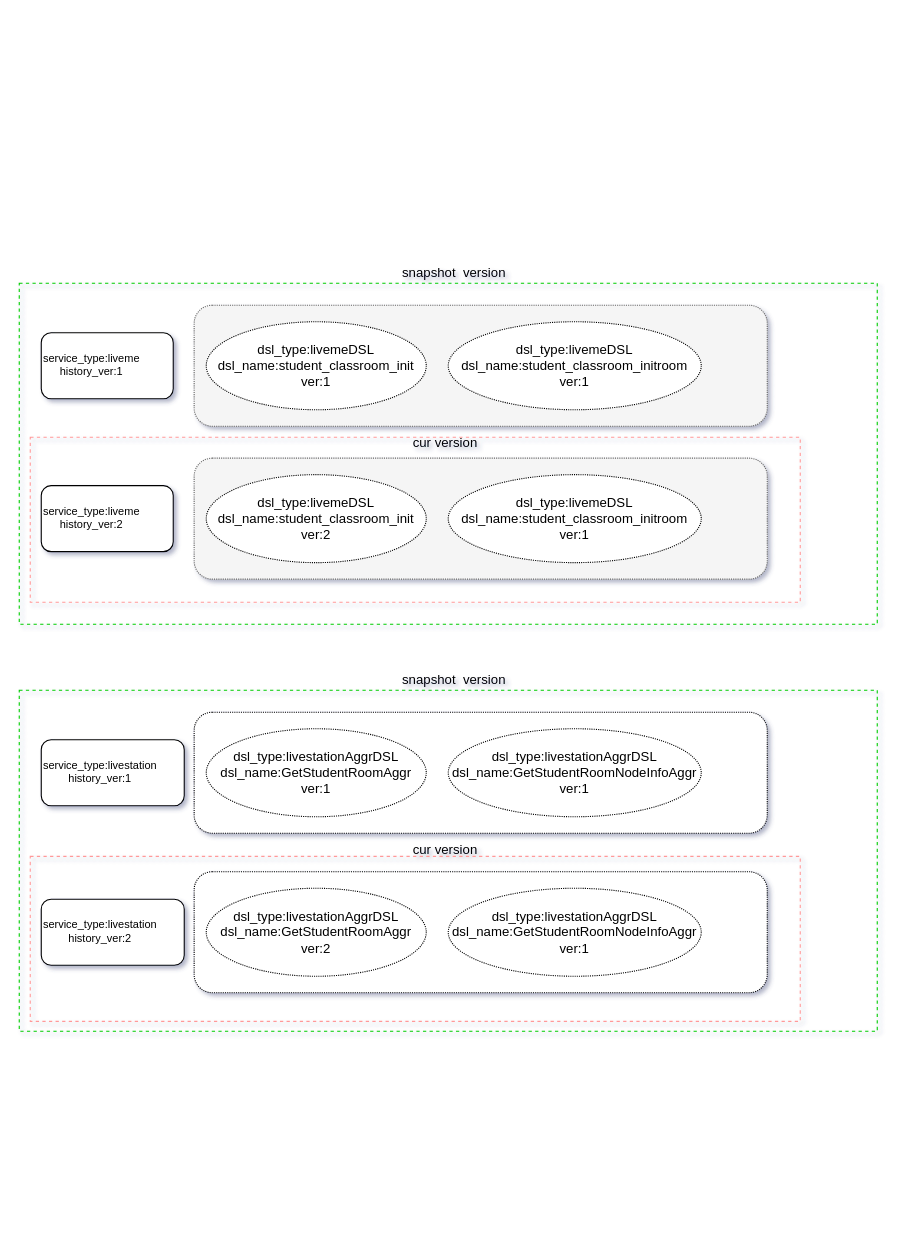
This is Untitled Diagram.drawio from weedge/mypic, a draw.io file, before an edit. Source tidied: cells renumbered, new cells numbered last; positions are measured from the earlier drawing's top-left corner, leaving out a move shared by most shapes. Both pictures are drawn from the tidied source at 110%, with x=0, y=0 at pixel (19, 263).
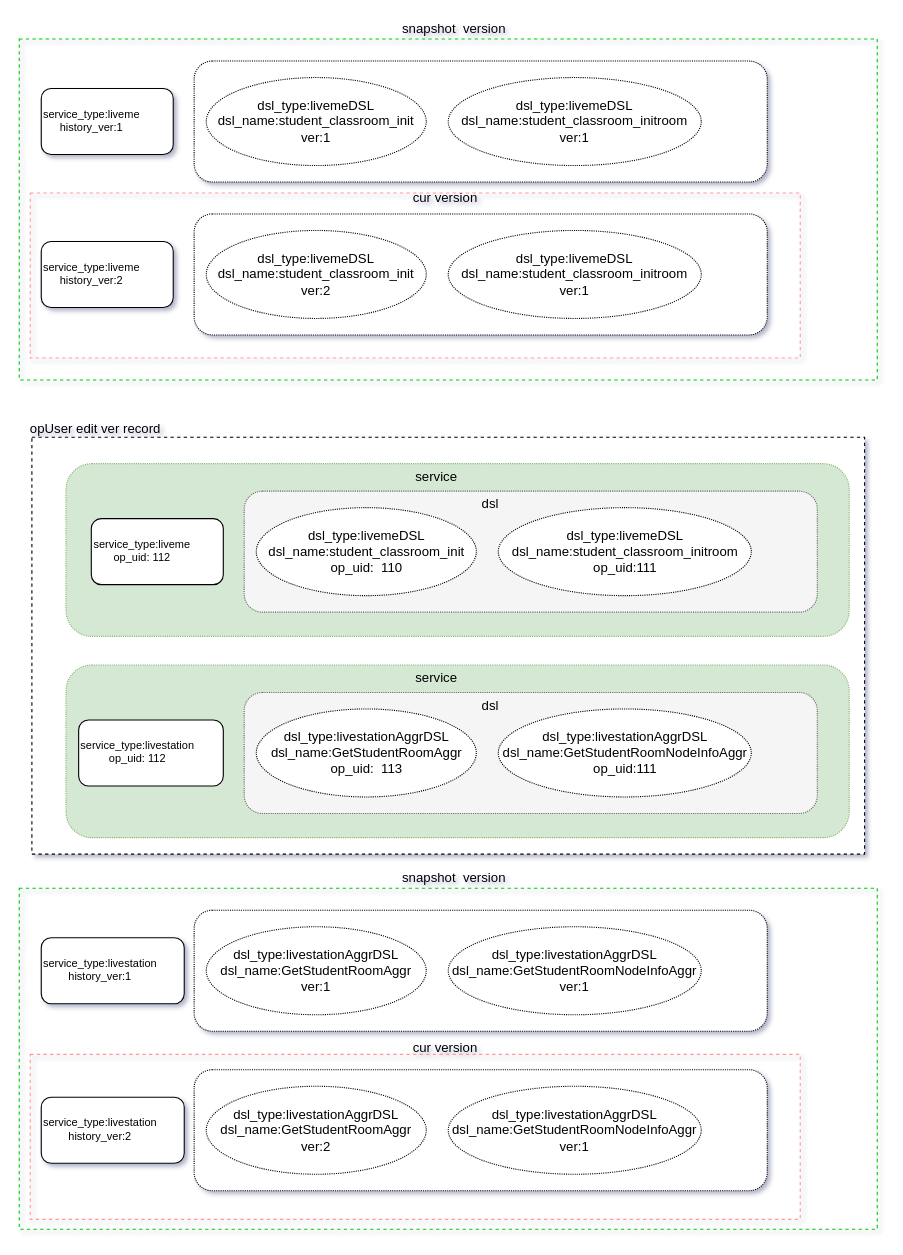
After the change.

Change to the diagram source:
```diff
@@
+    <mxCell id="26" style="rounded=0;whiteSpace=wrap;html=1;shadow=0;dashed=1;labelBackgroundColor=none;" parent="1" vertex="1">
+      <mxGeometry x="11.5" y="158" width="757" height="379" as="geometry" />
+    </mxCell>
+    <mxCell id="27" style="rounded=1;whiteSpace=wrap;html=1;dashed=1;dashPattern=1 1;labelBackgroundColor=none;shadow=0;backgroundOutline=1;fillColor=#d5e8d4;strokeColor=#82b366;" parent="1" vertex="1">
+      <mxGeometry x="42.5" y="182" width="712" height="157" as="geometry" />
+    </mxCell>
     <mxCell id="2" style="rounded=0;whiteSpace=wrap;html=1;shadow=0;labelBackgroundColor=none;backgroundOutline=1;gradientColor=#ffffff;fillColor=none;dashed=1;strokeColor=#00CC00;strokeWidth=1;" parent="1" vertex="1">
-      <mxGeometry y="388" width="780" height="310" as="geometry" />
+      <mxGeometry y="568" width="780" height="310" as="geometry" />
     </mxCell>
     <mxCell id="3" style="rounded=0;whiteSpace=wrap;html=1;shadow=0;dashed=1;labelBackgroundColor=none;fillColor=none;gradientColor=#ffffff;strokeColor=#FF9999;" parent="1" vertex="1">
-      <mxGeometry x="10" y="539" width="700" height="150" as="geometry" />
+      <mxGeometry x="10" y="719" width="700" height="150" as="geometry" />
     </mxCell>
     <mxCell id="4" value="snapshot&amp;nbsp; version" style="text;html=1;align=center;verticalAlign=middle;" parent="1" vertex="1">
-      <mxGeometry x="343" y="370" width="104" height="18" as="geometry" />
+      <mxGeometry x="343" y="550" width="104" height="18" as="geometry" />
     </mxCell>
     <mxCell id="5" style="rounded=0;whiteSpace=wrap;html=1;shadow=0;labelBackgroundColor=none;backgroundOutline=1;gradientColor=#ffffff;fillColor=none;dashed=1;strokeColor=#00CC00;strokeWidth=1;" parent="1" vertex="1">
-      <mxGeometry y="18" width="780" height="310" as="geometry" />
+      <mxGeometry y="-204" width="780" height="310" as="geometry" />
     </mxCell>
     <mxCell id="6" style="rounded=0;whiteSpace=wrap;html=1;shadow=0;dashed=1;labelBackgroundColor=none;fillColor=none;gradientColor=#ffffff;strokeColor=#FF9999;" parent="1" vertex="1">
-      <mxGeometry x="10" y="158" width="700" height="150" as="geometry" />
+      <mxGeometry x="10" y="-64" width="700" height="150" as="geometry" />
     </mxCell>
-    <mxCell id="7" style="rounded=1;whiteSpace=wrap;html=1;dashed=1;dashPattern=1 1;labelBackgroundColor=none;shadow=0;backgroundOutline=1;fillColor=#f5f5f5;strokeColor=#666666;fontColor=#333333;" parent="1" vertex="1">
-      <mxGeometry x="159" y="38" width="521" height="110" as="geometry" />
+    <mxCell id="7" style="rounded=1;whiteSpace=wrap;html=1;dashed=1;dashPattern=1 1;labelBackgroundColor=none;shadow=0;backgroundOutline=1;" parent="1" vertex="1">
+      <mxGeometry x="159" y="-184" width="521" height="110" as="geometry" />
     </mxCell>
     <mxCell id="8" value="dsl_type:livemeDSL&lt;br&gt;dsl_name:student_classroom_init&lt;br&gt;ver:1" style="ellipse;whiteSpace=wrap;html=1;shadow=0;dashed=1;dashPattern=1 1;labelBackgroundColor=none;align=center;" parent="1" vertex="1">
-      <mxGeometry x="170" y="53" width="200" height="80" as="geometry" />
+      <mxGeometry x="170" y="-169" width="200" height="80" as="geometry" />
     </mxCell>
     <mxCell id="9" value="&lt;p style=&quot;line-height: 100% ; font-size: 10px&quot;&gt;&lt;/p&gt;&lt;div style=&quot;text-align: center ; font-size: 10px&quot;&gt;&lt;span style=&quot;font-size: 10px&quot;&gt;service_type:liveme&lt;/span&gt;&lt;/div&gt;&lt;div style=&quot;text-align: center ; font-size: 10px&quot;&gt;&lt;span style=&quot;font-size: 10px&quot;&gt;history_ver:1&lt;/span&gt;&lt;/div&gt;&lt;p&gt;&lt;/p&gt;" style="rounded=1;whiteSpace=wrap;html=1;shadow=0;labelBackgroundColor=none;align=left;" parent="1" vertex="1">
-      <mxGeometry x="20" y="63" width="120" height="60" as="geometry" />
+      <mxGeometry x="20" y="-159" width="120" height="60" as="geometry" />
     </mxCell>
     <mxCell id="10" value="dsl_type:livemeDSL&lt;br&gt;dsl_name:student_classroom_initroom&lt;br&gt;ver:1" style="ellipse;whiteSpace=wrap;html=1;shadow=0;dashed=1;dashPattern=1 1;labelBackgroundColor=none;align=center;" parent="1" vertex="1">
-      <mxGeometry x="390" y="53" width="230" height="80" as="geometry" />
+      <mxGeometry x="390" y="-169" width="230" height="80" as="geometry" />
     </mxCell>
-    <mxCell id="11" style="rounded=1;whiteSpace=wrap;html=1;dashed=1;dashPattern=1 1;labelBackgroundColor=none;shadow=0;backgroundOutline=1;fillColor=#f5f5f5;strokeColor=#666666;fontColor=#333333;" parent="1" vertex="1">
-      <mxGeometry x="159" y="177" width="521" height="110" as="geometry" />
+    <mxCell id="11" style="rounded=1;whiteSpace=wrap;html=1;dashed=1;dashPattern=1 1;labelBackgroundColor=none;shadow=0;backgroundOutline=1;" parent="1" vertex="1">
+      <mxGeometry x="159" y="-45" width="521" height="110" as="geometry" />
     </mxCell>
     <mxCell id="12" value="dsl_type:livemeDSL&lt;br&gt;dsl_name:student_classroom_init&lt;br&gt;ver:2" style="ellipse;whiteSpace=wrap;html=1;shadow=0;dashed=1;dashPattern=1 1;labelBackgroundColor=none;align=center;" parent="1" vertex="1">
-      <mxGeometry x="170" y="192" width="200" height="80" as="geometry" />
+      <mxGeometry x="170" y="-30" width="200" height="80" as="geometry" />
     </mxCell>
     <mxCell id="13" value="&lt;p style=&quot;line-height: 100% ; font-size: 10px&quot;&gt;&lt;/p&gt;&lt;div style=&quot;text-align: center ; font-size: 10px&quot;&gt;&lt;span style=&quot;font-size: 10px&quot;&gt;service_type:liveme&lt;/span&gt;&lt;/div&gt;&lt;div style=&quot;text-align: center ; font-size: 10px&quot;&gt;&lt;span style=&quot;font-size: 10px&quot;&gt;history_ver:2&lt;/span&gt;&lt;/div&gt;&lt;p&gt;&lt;/p&gt;" style="rounded=1;whiteSpace=wrap;html=1;shadow=0;labelBackgroundColor=none;align=left;" parent="1" vertex="1">
-      <mxGeometry x="20" y="202" width="120" height="60" as="geometry" />
+      <mxGeometry x="20" y="-20" width="120" height="60" as="geometry" />
     </mxCell>
     <mxCell id="14" value="dsl_type:livemeDSL&lt;br&gt;dsl_name:student_classroom_initroom&lt;br&gt;ver:1" style="ellipse;whiteSpace=wrap;html=1;shadow=0;dashed=1;dashPattern=1 1;labelBackgroundColor=none;align=center;" parent="1" vertex="1">
-      <mxGeometry x="390" y="192" width="230" height="80" as="geometry" />
+      <mxGeometry x="390" y="-30" width="230" height="80" as="geometry" />
     </mxCell>
     <mxCell id="15" style="rounded=1;whiteSpace=wrap;html=1;dashed=1;dashPattern=1 1;labelBackgroundColor=none;shadow=0;backgroundOutline=1;" parent="1" vertex="1">
-      <mxGeometry x="159" y="408" width="521" height="110" as="geometry" />
+      <mxGeometry x="159" y="588" width="521" height="110" as="geometry" />
     </mxCell>
     <mxCell id="16" value="dsl_type:livestationAggrDSL&lt;br&gt;dsl_name:GetStudentRoomAggr&lt;br&gt;ver:1" style="ellipse;whiteSpace=wrap;html=1;shadow=0;dashed=1;dashPattern=1 1;labelBackgroundColor=none;align=center;" parent="1" vertex="1">
-      <mxGeometry x="170" y="423" width="200" height="80" as="geometry" />
+      <mxGeometry x="170" y="603" width="200" height="80" as="geometry" />
     </mxCell>
     <mxCell id="17" value="&lt;p style=&quot;line-height: 100% ; font-size: 10px&quot;&gt;&lt;/p&gt;&lt;div style=&quot;text-align: center ; font-size: 10px&quot;&gt;&lt;span style=&quot;font-size: 10px&quot;&gt;service_type:livestation&lt;/span&gt;&lt;/div&gt;&lt;div style=&quot;text-align: center ; font-size: 10px&quot;&gt;&lt;span style=&quot;font-size: 10px&quot;&gt;history_ver:1&lt;/span&gt;&lt;/div&gt;&lt;p&gt;&lt;/p&gt;" style="rounded=1;whiteSpace=wrap;html=1;shadow=0;labelBackgroundColor=none;align=left;" parent="1" vertex="1">
-      <mxGeometry x="20" y="433" width="130" height="60" as="geometry" />
+      <mxGeometry x="20" y="613" width="130" height="60" as="geometry" />
     </mxCell>
     <mxCell id="18" value="dsl_type:livestationAggrDSL&lt;br&gt;dsl_name:GetStudentRoomNodeInfoAggr&lt;br&gt;ver:1" style="ellipse;whiteSpace=wrap;html=1;shadow=0;dashed=1;dashPattern=1 1;labelBackgroundColor=none;align=center;" parent="1" vertex="1">
-      <mxGeometry x="390" y="423" width="230" height="80" as="geometry" />
+      <mxGeometry x="390" y="603" width="230" height="80" as="geometry" />
     </mxCell>
     <mxCell id="19" style="rounded=1;whiteSpace=wrap;html=1;dashed=1;dashPattern=1 1;labelBackgroundColor=none;shadow=0;backgroundOutline=1;" parent="1" vertex="1">
-      <mxGeometry x="159" y="553" width="521" height="110" as="geometry" />
+      <mxGeometry x="159" y="733" width="521" height="110" as="geometry" />
     </mxCell>
     <mxCell id="20" value="dsl_type:livestationAggrDSL&lt;br&gt;dsl_name:GetStudentRoomAggr&lt;br&gt;ver:2" style="ellipse;whiteSpace=wrap;html=1;shadow=0;dashed=1;dashPattern=1 1;labelBackgroundColor=none;align=center;" parent="1" vertex="1">
-      <mxGeometry x="170" y="568" width="200" height="80" as="geometry" />
+      <mxGeometry x="170" y="748" width="200" height="80" as="geometry" />
     </mxCell>
     <mxCell id="21" value="&lt;p style=&quot;line-height: 100% ; font-size: 10px&quot;&gt;&lt;/p&gt;&lt;div style=&quot;text-align: center ; font-size: 10px&quot;&gt;&lt;span style=&quot;font-size: 10px&quot;&gt;service_type:livestation&lt;/span&gt;&lt;/div&gt;&lt;div style=&quot;text-align: center ; font-size: 10px&quot;&gt;&lt;span style=&quot;font-size: 10px&quot;&gt;history_ver:2&lt;/span&gt;&lt;/div&gt;&lt;p&gt;&lt;/p&gt;" style="rounded=1;whiteSpace=wrap;html=1;shadow=0;labelBackgroundColor=none;align=left;" parent="1" vertex="1">
-      <mxGeometry x="20" y="578" width="130" height="60" as="geometry" />
+      <mxGeometry x="20" y="758" width="130" height="60" as="geometry" />
     </mxCell>
     <mxCell id="22" value="dsl_type:livestationAggrDSL&lt;br&gt;dsl_name:GetStudentRoomNodeInfoAggr&lt;br&gt;ver:1" style="ellipse;whiteSpace=wrap;html=1;shadow=0;dashed=1;dashPattern=1 1;labelBackgroundColor=none;align=center;" parent="1" vertex="1">
-      <mxGeometry x="390" y="568" width="230" height="80" as="geometry" />
+      <mxGeometry x="390" y="748" width="230" height="80" as="geometry" />
     </mxCell>
     <mxCell id="23" value="snapshot&amp;nbsp; version" style="text;html=1;align=center;verticalAlign=middle;" parent="1" vertex="1">
-      <mxGeometry x="343" width="104" height="18" as="geometry" />
+      <mxGeometry x="343" y="-222" width="104" height="18" as="geometry" />
     </mxCell>
     <mxCell id="24" value="cur version" style="text;html=1;align=center;verticalAlign=middle;" parent="1" vertex="1">
-      <mxGeometry x="352" y="154" width="69" height="18" as="geometry" />
+      <mxGeometry x="352" y="-68" width="69" height="18" as="geometry" />
     </mxCell>
     <mxCell id="25" value="cur version" style="text;html=1;align=center;verticalAlign=middle;" parent="1" vertex="1">
-      <mxGeometry x="352" y="524" width="69" height="18" as="geometry" />
+      <mxGeometry x="352" y="704" width="69" height="18" as="geometry" />
     </mxCell>
+    <mxCell id="28" style="rounded=1;whiteSpace=wrap;html=1;dashed=1;dashPattern=1 1;labelBackgroundColor=none;shadow=0;backgroundOutline=1;fillColor=#f5f5f5;strokeColor=#666666;fontColor=#333333;" parent="1" vertex="1">
+      <mxGeometry x="204.5" y="207" width="521" height="110" as="geometry" />
+    </mxCell>
+    <mxCell id="29" value="dsl_type:livemeDSL&lt;br&gt;dsl_name:student_classroom_init&lt;br&gt;op_uid:&amp;nbsp; 110" style="ellipse;whiteSpace=wrap;html=1;shadow=0;dashed=1;dashPattern=1 1;labelBackgroundColor=none;align=center;" parent="1" vertex="1">
+      <mxGeometry x="215.5" y="222" width="200" height="80" as="geometry" />
+    </mxCell>
+    <mxCell id="30" value="&lt;p style=&quot;line-height: 100% ; font-size: 10px&quot;&gt;&lt;/p&gt;&lt;div style=&quot;text-align: center ; font-size: 10px&quot;&gt;&lt;span style=&quot;font-size: 10px&quot;&gt;service_type:liveme&lt;/span&gt;&lt;/div&gt;&lt;div style=&quot;text-align: center ; font-size: 10px&quot;&gt;op_uid: 112&lt;/div&gt;&lt;p&gt;&lt;/p&gt;" style="rounded=1;whiteSpace=wrap;html=1;shadow=0;labelBackgroundColor=none;align=left;" parent="1" vertex="1">
+      <mxGeometry x="65.5" y="232" width="120" height="60" as="geometry" />
+    </mxCell>
+    <mxCell id="31" value="dsl_type:livemeDSL&lt;br&gt;dsl_name:student_classroom_initroom&lt;br&gt;op_uid:111" style="ellipse;whiteSpace=wrap;html=1;shadow=0;dashed=1;dashPattern=1 1;labelBackgroundColor=none;align=center;" parent="1" vertex="1">
+      <mxGeometry x="435.5" y="222" width="230" height="80" as="geometry" />
+    </mxCell>
+    <mxCell id="32" value="opUser edit ver record" style="text;html=1;align=center;verticalAlign=middle;" parent="1" vertex="1">
+      <mxGeometry x="4.5" y="142" width="129" height="18" as="geometry" />
+    </mxCell>
+    <mxCell id="33" value="dsl" style="text;html=1;align=center;verticalAlign=middle;" parent="1" vertex="1">
+      <mxGeometry x="415.5" y="210" width="25" height="18" as="geometry" />
+    </mxCell>
+    <mxCell id="34" value="service" style="text;html=1;align=center;verticalAlign=middle;" parent="1" vertex="1">
+      <mxGeometry x="354.5" y="185" width="48" height="18" as="geometry" />
+    </mxCell>
+    <mxCell id="35" style="rounded=1;whiteSpace=wrap;html=1;dashed=1;dashPattern=1 1;labelBackgroundColor=none;shadow=0;backgroundOutline=1;fillColor=#d5e8d4;strokeColor=#82b366;" parent="1" vertex="1">
+      <mxGeometry x="42.5" y="365" width="712" height="157" as="geometry" />
+    </mxCell>
+    <mxCell id="36" style="rounded=1;whiteSpace=wrap;html=1;dashed=1;dashPattern=1 1;labelBackgroundColor=none;shadow=0;backgroundOutline=1;fillColor=#f5f5f5;strokeColor=#666666;fontColor=#333333;" parent="1" vertex="1">
+      <mxGeometry x="204.5" y="390" width="521" height="110" as="geometry" />
+    </mxCell>
+    <mxCell id="37" value="dsl_type:livestationAggrDSL&lt;br&gt;dsl_name:GetStudentRoomAggr&lt;br&gt;op_uid:&amp;nbsp; 113" style="ellipse;whiteSpace=wrap;html=1;shadow=0;dashed=1;dashPattern=1 1;labelBackgroundColor=none;align=center;" parent="1" vertex="1">
+      <mxGeometry x="215.5" y="405" width="200" height="80" as="geometry" />
+    </mxCell>
+    <mxCell id="38" value="&lt;p style=&quot;line-height: 100% ; font-size: 10px&quot;&gt;&lt;/p&gt;&lt;div style=&quot;text-align: center ; font-size: 10px&quot;&gt;&lt;div&gt;service_type:livestation&lt;/div&gt;&lt;/div&gt;&lt;div style=&quot;text-align: center ; font-size: 10px&quot;&gt;op_uid: 112&lt;/div&gt;&lt;p&gt;&lt;/p&gt;" style="rounded=1;whiteSpace=wrap;html=1;shadow=0;labelBackgroundColor=none;align=left;" parent="1" vertex="1">
+      <mxGeometry x="54" y="415" width="131.5" height="60" as="geometry" />
+    </mxCell>
+    <mxCell id="39" value="dsl_type:livestationAggrDSL&lt;br&gt;dsl_name:GetStudentRoomNodeInfoAggr&lt;br&gt;op_uid:111" style="ellipse;whiteSpace=wrap;html=1;shadow=0;dashed=1;dashPattern=1 1;labelBackgroundColor=none;align=center;" parent="1" vertex="1">
+      <mxGeometry x="435.5" y="405" width="230" height="80" as="geometry" />
+    </mxCell>
+    <mxCell id="40" value="dsl" style="text;html=1;align=center;verticalAlign=middle;" parent="1" vertex="1">
+      <mxGeometry x="415.5" y="393" width="25" height="18" as="geometry" />
+    </mxCell>
+    <mxCell id="41" value="service" style="text;html=1;align=center;verticalAlign=middle;" parent="1" vertex="1">
+      <mxGeometry x="354.5" y="368" width="48" height="18" as="geometry" />
+    </mxCell>
```
